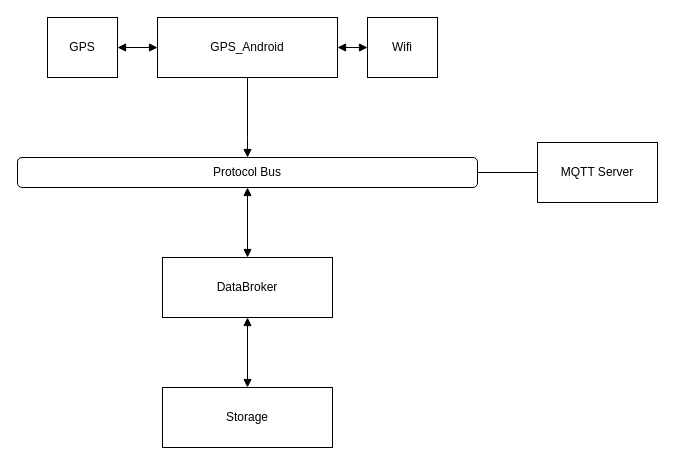
Above: docs/schemes/architecture/ArchitectureDiagram.drawio in Kirkirillka/GPS_Tracker (draw.io), before the change. Source tidied: cells renumbered, new cells numbered last; positions are measured from the earlier drawing's top-left corner, leaving out a move shared by most shapes. Both pictures are drawn from the tidied source at 100%, with x=0, y=0 at pixel (17, 17).
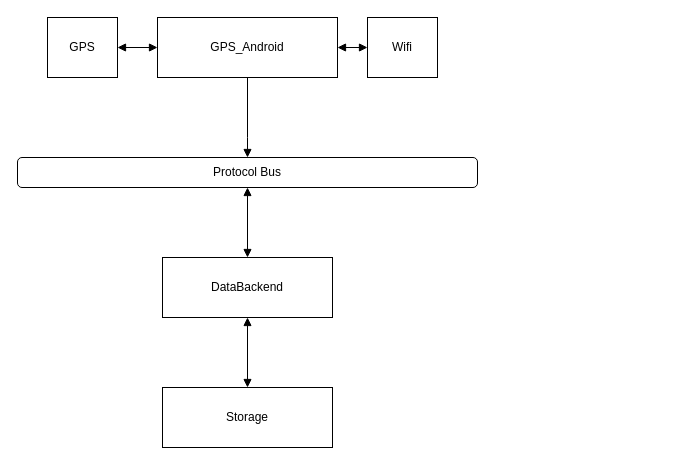
Above is the later version.

The edit, as a diff of the source:
```diff
@@
 <mxGraphModel>
   <root>
     <mxCell id="0" />
     <mxCell id="1" parent="0" />
     <mxCell id="2" value="Protocol Bus" style="rounded=1;whiteSpace=wrap;html=1;" parent="1" vertex="1">
       <mxGeometry y="140" width="460" height="30" as="geometry" />
     </mxCell>
     <mxCell id="3" style="edgeStyle=orthogonalEdgeStyle;rounded=0;jettySize=auto;html=1;endArrow=block;endFill=1;" parent="1" edge="1" source="6" target="2">
       <mxGeometry relative="1" as="geometry">
         <Array as="points">
           <mxPoint x="230" y="120" />
           <mxPoint x="230" y="120" />
         </Array>
       </mxGeometry>
     </mxCell>
     <mxCell id="4" style="edgeStyle=orthogonalEdgeStyle;rounded=0;jettySize=auto;html=1;startArrow=block;startFill=1;endArrow=block;endFill=1;" parent="1" edge="1" source="6" target="13">
       <mxGeometry relative="1" as="geometry" />
     </mxCell>
     <mxCell id="5" style="edgeStyle=orthogonalEdgeStyle;rounded=0;jettySize=auto;html=1;startArrow=block;startFill=1;endArrow=block;endFill=1;" parent="1" edge="1" source="6" target="14">
       <mxGeometry relative="1" as="geometry" />
     </mxCell>
     <mxCell id="6" value="GPS_Android" style="rounded=0;whiteSpace=wrap;html=1;" parent="1" vertex="1">
       <mxGeometry x="140" width="180" height="60" as="geometry" />
     </mxCell>
-    <mxCell id="7" style="edgeStyle=orthogonalEdgeStyle;rounded=0;jettySize=auto;html=1;endArrow=none;endFill=0;" parent="1" edge="1" source="8" target="2">
-      <mxGeometry relative="1" as="geometry" />
-    </mxCell>
-    <mxCell id="8" value="MQTT Server&lt;br&gt;" style="rounded=0;whiteSpace=wrap;html=1;" parent="1" vertex="1">
-      <mxGeometry x="520" y="125" width="120" height="60" as="geometry" />
-    </mxCell>
     <mxCell id="9" style="edgeStyle=orthogonalEdgeStyle;rounded=0;jettySize=auto;html=1;endArrow=block;endFill=1;startArrow=block;startFill=1;" parent="1" edge="1" source="11" target="2">
       <mxGeometry relative="1" as="geometry" />
     </mxCell>
     <mxCell id="10" style="edgeStyle=orthogonalEdgeStyle;rounded=0;jettySize=auto;html=1;startArrow=block;startFill=1;endArrow=block;endFill=1;" parent="1" edge="1" source="11" target="12">
       <mxGeometry relative="1" as="geometry" />
     </mxCell>
-    <mxCell id="11" value="DataBroker&lt;br&gt;" style="rounded=0;whiteSpace=wrap;html=1;" parent="1" vertex="1">
+    <mxCell id="11" value="DataBackend" style="rounded=0;whiteSpace=wrap;html=1;" parent="1" vertex="1">
       <mxGeometry x="145" y="240" width="170" height="60" as="geometry" />
     </mxCell>
     <mxCell id="12" value="Storage&lt;br&gt;" style="rounded=0;whiteSpace=wrap;html=1;" parent="1" vertex="1">
       <mxGeometry x="145" y="370" width="170" height="60" as="geometry" />
     </mxCell>
     <mxCell id="13" value="GPS&lt;br&gt;" style="rounded=0;whiteSpace=wrap;html=1;" parent="1" vertex="1">
       <mxGeometry x="30" width="70" height="60" as="geometry" />
     </mxCell>
     <mxCell id="14" value="Wifi&lt;br&gt;" style="rounded=0;whiteSpace=wrap;html=1;" parent="1" vertex="1">
       <mxGeometry x="350" width="70" height="60" as="geometry" />
     </mxCell>
   </root>
 </mxGraphModel>
```
